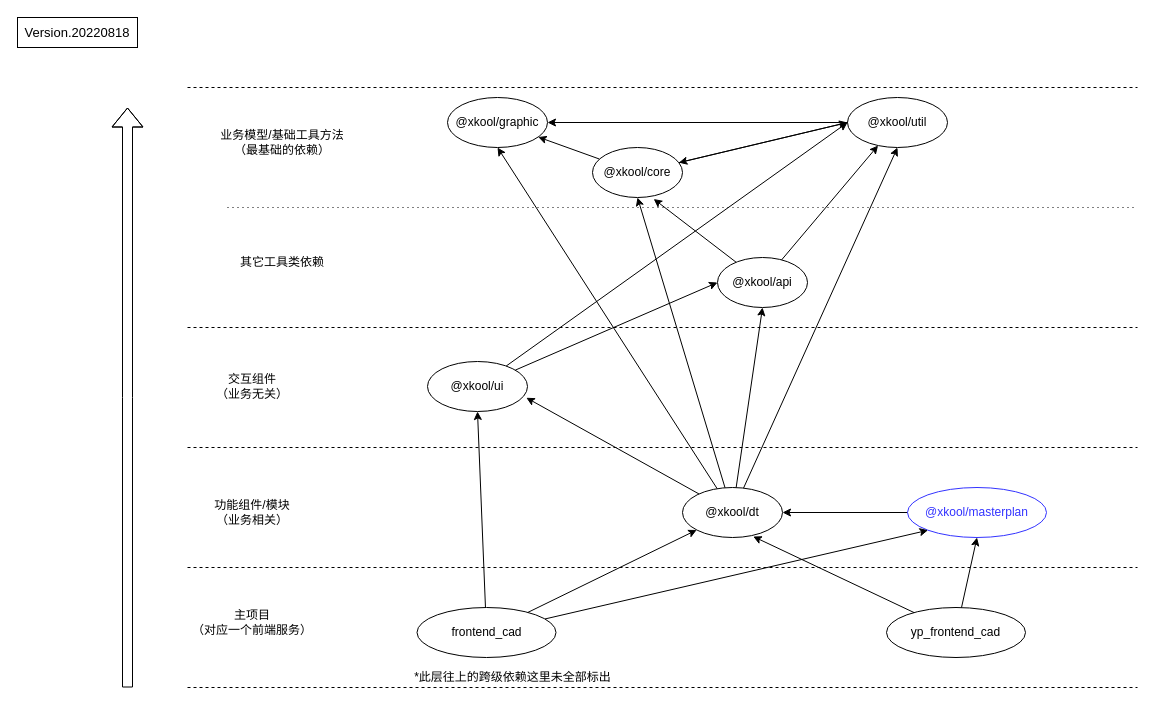
Earlier version of the draw.io diagram page "服务依赖图" (3 of 3) of xk/component_refactor.drawio (fqd511/charts). Source tidied: cells renumbered, new cells numbered last; positions are measured from the earlier drawing's top-left corner, leaving out a move shared by most shapes. Both pictures are drawn from the tidied source at 100%, with x=0, y=0 at pixel (17, 17).
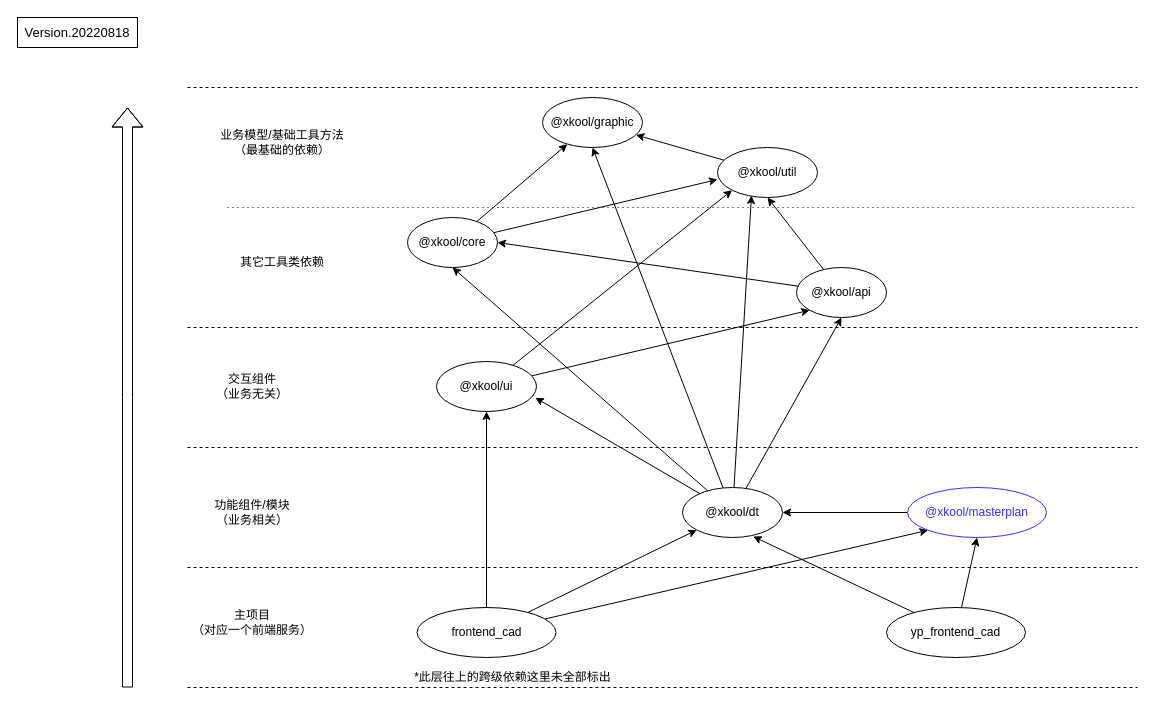
The same diagram, later.

Unchanged cells that the change refers to:
```xml
<mxCell id="17" value="@xkool/dt" style="ellipse;whiteSpace=wrap;html=1;rounded=0;fontColor=#000000;strokeColor=#000000;fillColor=none;" parent="1" vertex="1">
  <mxGeometry x="665" y="470" width="100" height="50" as="geometry" />
</mxCell>
```

What changed in the source:
```diff
@@
-    <mxCell id="3" style="edgeStyle=none;rounded=0;jettySize=auto;html=1;fontColor=#000000;" parent="1" edge="1" source="5">
-      <mxGeometry relative="1" as="geometry">
-        <mxPoint x="830" y="105" as="targetPoint" />
-      </mxGeometry>
+    <mxCell id="3" style="edgeStyle=none;rounded=0;jettySize=auto;html=1;fontColor=#000000;entryX=0;entryY=0.64;entryDx=0;entryDy=0;entryPerimeter=0;" parent="1" edge="1" source="5" target="8">
+      <mxGeometry relative="1" as="geometry" />
     </mxCell>
@@
     <mxCell id="5" value="@xkool/core" style="ellipse;whiteSpace=wrap;html=1;rounded=0;fontColor=#000000;strokeColor=#000000;fillColor=none;" parent="1" vertex="1">
-      <mxGeometry x="575" y="130" width="90" height="50" as="geometry" />
+      <mxGeometry x="390" y="200" width="90" height="50" as="geometry" />
     </mxCell>
-    <mxCell id="6" style="edgeStyle=none;rounded=0;jettySize=auto;html=1;fontColor=#000000;" parent="1" edge="1" target="5">
-      <mxGeometry relative="1" as="geometry">
-        <mxPoint x="830" y="105" as="sourcePoint" />
-      </mxGeometry>
-    </mxCell>
@@
     <mxCell id="8" value="@xkool/util" style="ellipse;whiteSpace=wrap;html=1;rounded=0;fontColor=#000000;strokeColor=#000000;fillColor=none;" parent="1" vertex="1">
-      <mxGeometry x="830" y="80" width="100" height="50" as="geometry" />
+      <mxGeometry x="700" y="130" width="100" height="50" as="geometry" />
     </mxCell>
-    <mxCell id="9" style="edgeStyle=none;rounded=0;jettySize=auto;html=1;entryX=0;entryY=0.5;entryDx=0;entryDy=0;fontColor=#000000;" parent="1" edge="1" source="11" target="20">
+    <mxCell id="9" style="edgeStyle=none;rounded=0;jettySize=auto;html=1;entryX=0;entryY=1;entryDx=0;entryDy=0;fontColor=#000000;" parent="1" edge="1" source="11" target="20">
       <mxGeometry relative="1" as="geometry" />
     </mxCell>
-    <mxCell id="10" style="edgeStyle=none;rounded=0;jettySize=auto;html=1;entryX=0;entryY=0.5;entryDx=0;entryDy=0;fontColor=#000000;" parent="1" edge="1" source="11" target="8">
+    <mxCell id="10" style="edgeStyle=none;rounded=0;jettySize=auto;html=1;entryX=0;entryY=1;entryDx=0;entryDy=0;fontColor=#000000;" parent="1" edge="1" source="11" target="8">
       <mxGeometry relative="1" as="geometry" />
     </mxCell>
     <mxCell id="11" value="@xkool/ui" style="ellipse;whiteSpace=wrap;html=1;rounded=0;fontColor=#000000;strokeColor=#000000;fillColor=none;" parent="1" vertex="1">
-      <mxGeometry x="410" y="344" width="100" height="50" as="geometry" />
+      <mxGeometry x="419" y="344" width="100" height="50" as="geometry" />
     </mxCell>
@@
-    <mxCell id="16" style="edgeStyle=none;rounded=0;jettySize=auto;html=1;entryX=0.5;entryY=1;entryDx=0;entryDy=0;fontColor=#000000;" parent="1" edge="1" source="17" target="8">
+    <mxCell id="16" style="edgeStyle=none;rounded=0;jettySize=auto;html=1;entryX=0.34;entryY=0.96;entryDx=0;entryDy=0;fontColor=#000000;entryPerimeter=0;" parent="1" edge="1" source="17" target="8">
       <mxGeometry relative="1" as="geometry" />
     </mxCell>
@@
-    <mxCell id="18" style="rounded=0;jettySize=auto;html=1;entryX=0.68;entryY=1.03;entryDx=0;entryDy=0;entryPerimeter=0;fontColor=#000000;" parent="1" edge="1" source="20" target="5">
+    <mxCell id="18" style="rounded=0;jettySize=auto;html=1;entryX=1;entryY=0.5;entryDx=0;entryDy=0;fontColor=#000000;" parent="1" edge="1" source="20" target="5">
       <mxGeometry relative="1" as="geometry" />
     </mxCell>
-    <mxCell id="19" style="edgeStyle=none;rounded=0;jettySize=auto;html=1;fontColor=#000000;" parent="1" edge="1" source="20" target="8">
+    <mxCell id="19" style="edgeStyle=none;rounded=0;jettySize=auto;html=1;fontColor=#000000;entryX=0.5;entryY=1;entryDx=0;entryDy=0;" parent="1" edge="1" source="20" target="8">
       <mxGeometry relative="1" as="geometry" />
     </mxCell>
     <mxCell id="20" value="@xkool/api" style="ellipse;whiteSpace=wrap;html=1;rounded=0;fontColor=#000000;strokeColor=#000000;fillColor=none;" parent="1" vertex="1">
-      <mxGeometry x="700" y="240" width="90" height="50" as="geometry" />
+      <mxGeometry x="779" y="250" width="90" height="50" as="geometry" />
     </mxCell>
@@
     <mxCell id="42" value="@xkool/graphic" style="ellipse;whiteSpace=wrap;html=1;rounded=0;fontColor=#000000;strokeColor=#000000;fillColor=none;" parent="1" vertex="1">
-      <mxGeometry x="430" y="80" width="100" height="50" as="geometry" />
+      <mxGeometry x="525" y="80" width="100" height="50" as="geometry" />
     </mxCell>
```
